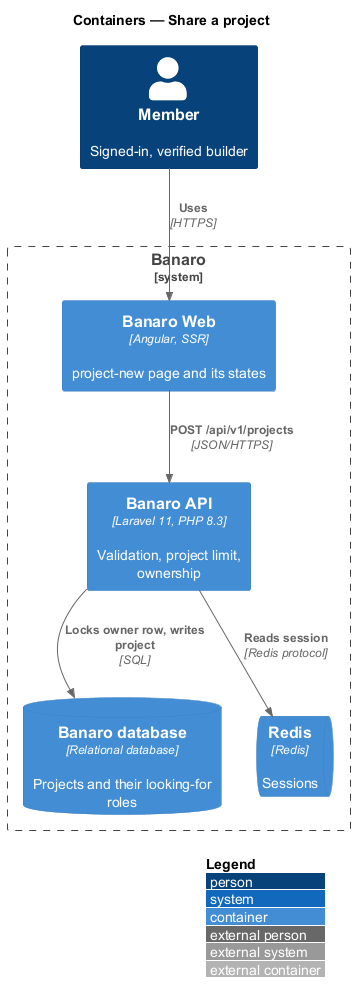
The PlantUML diagram docs/detailed-designs/projects/share-project/diagrams/c4-container.png in QuinntyneBrown/banaro, before a commit. The source it was exported from:
```plantuml
@startuml
!include <C4/C4_Container>
LAYOUT_WITH_LEGEND()
title Containers — Share a project

Person(member, "Member", "Signed-in, verified builder")

System_Boundary(banaro, "Banaro") {
  Container(web, "Banaro Web", "Angular, SSR", "project-new page and its states")
  Container(api, "Banaro API", "Laravel 11, PHP 8.3", "Validation, project limit, ownership")
  ContainerDb(db, "Banaro database", "Relational database", "Projects and their looking-for roles")
  ContainerQueue(redis, "Redis", "Redis", "Sessions")
}

Rel(member, web, "Uses", "HTTPS")
Rel(web, api, "POST /api/v1/projects", "JSON/HTTPS")
Rel(api, redis, "Reads session", "Redis protocol")
Rel(api, db, "Locks owner row, writes project", "SQL")
@enduml
```
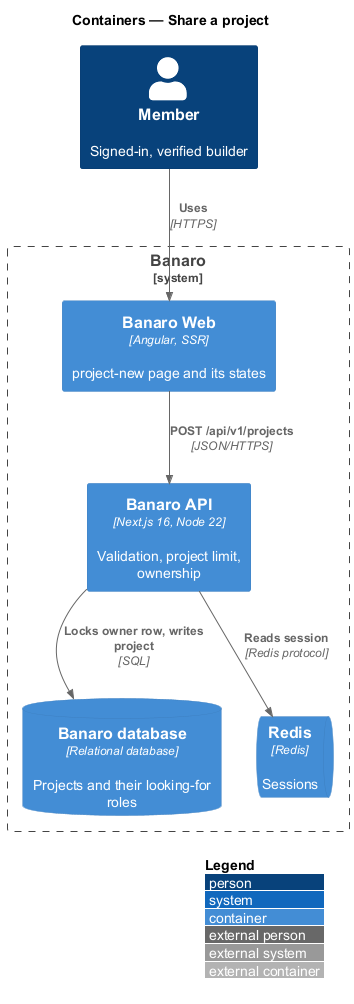
The same diagram one commit later.

Change to the diagram source:
```diff
@@ -7,7 +7,7 @@
 
 System_Boundary(banaro, "Banaro") {
   Container(web, "Banaro Web", "Angular, SSR", "project-new page and its states")
-  Container(api, "Banaro API", "Laravel 11, PHP 8.3", "Validation, project limit, ownership")
+  Container(api, "Banaro API", "Next.js 16, Node 22", "Validation, project limit, ownership")
   ContainerDb(db, "Banaro database", "Relational database", "Projects and their looking-for roles")
   ContainerQueue(redis, "Redis", "Redis", "Sessions")
 }
```
